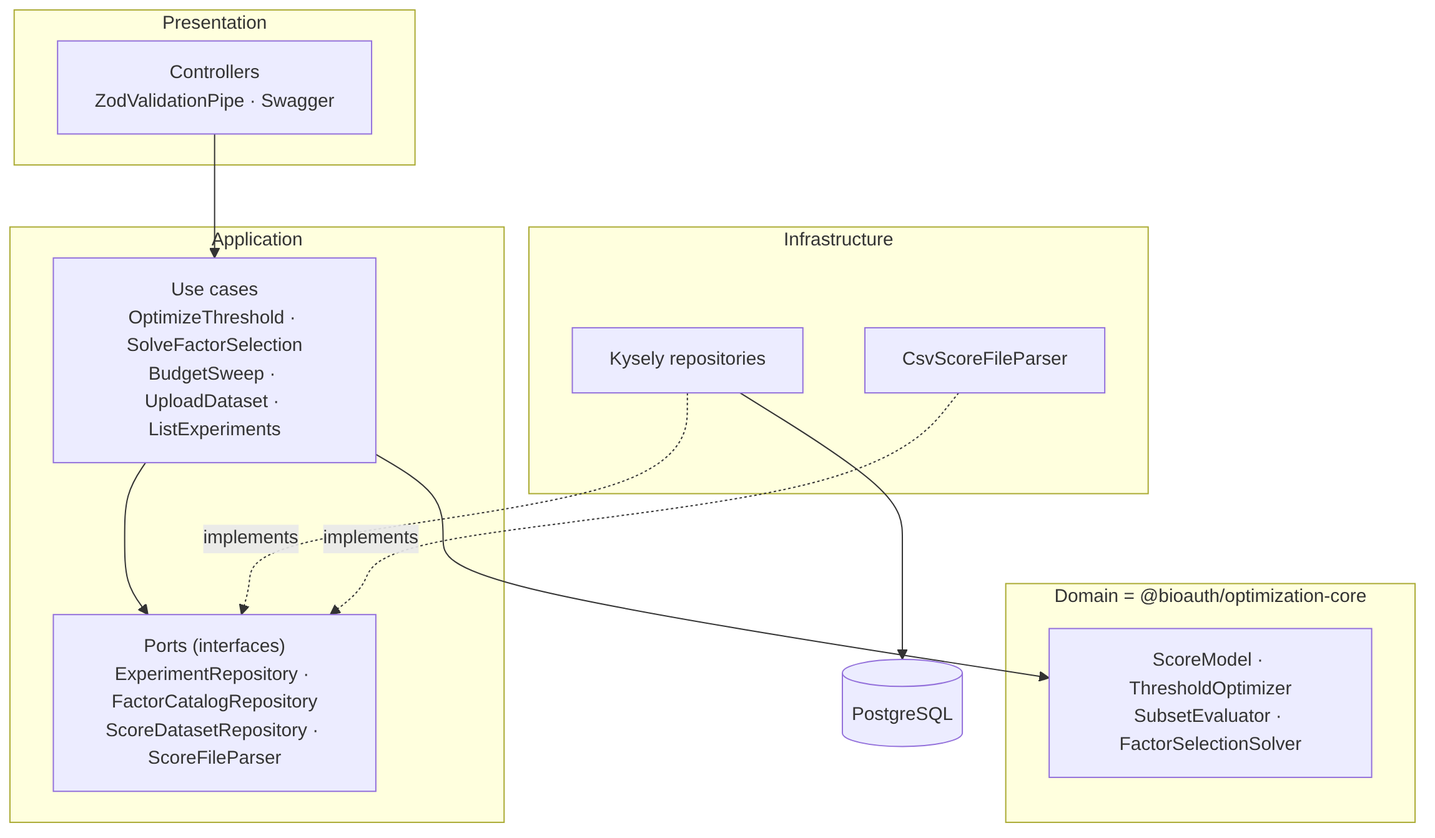
Earlier version of the Mermaid export docs/diagrams/06-backend-layers.png (DcNi3L/bioauth-optimizer). Its source is kept beside it as docs/diagrams/06-backend-layers.mmd.
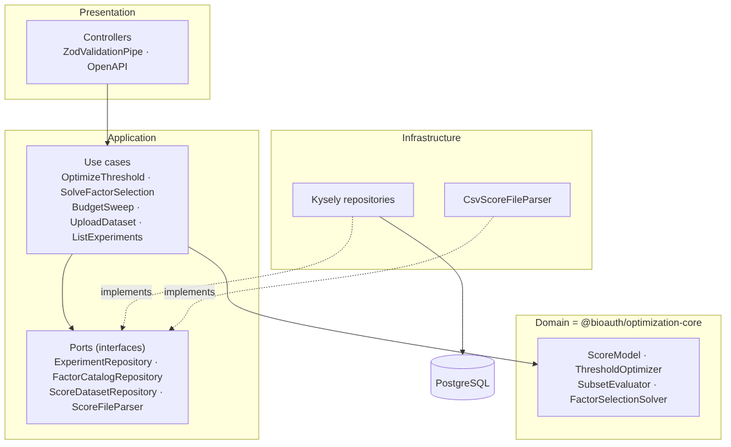
After the commit.

What changed in the source:
```diff
@@ -1,6 +1,6 @@
 flowchart TB
   subgraph P["Presentation"]
-    C["Controllers<br/>ZodValidationPipe · Swagger"]
+    C["Controllers<br/>ZodValidationPipe · OpenAPI"]
   end
   subgraph A["Application"]
     UC["Use cases<br/>OptimizeThreshold · SolveFactorSelection<br/>BudgetSweep · UploadDataset · ListExperiments"]
```
